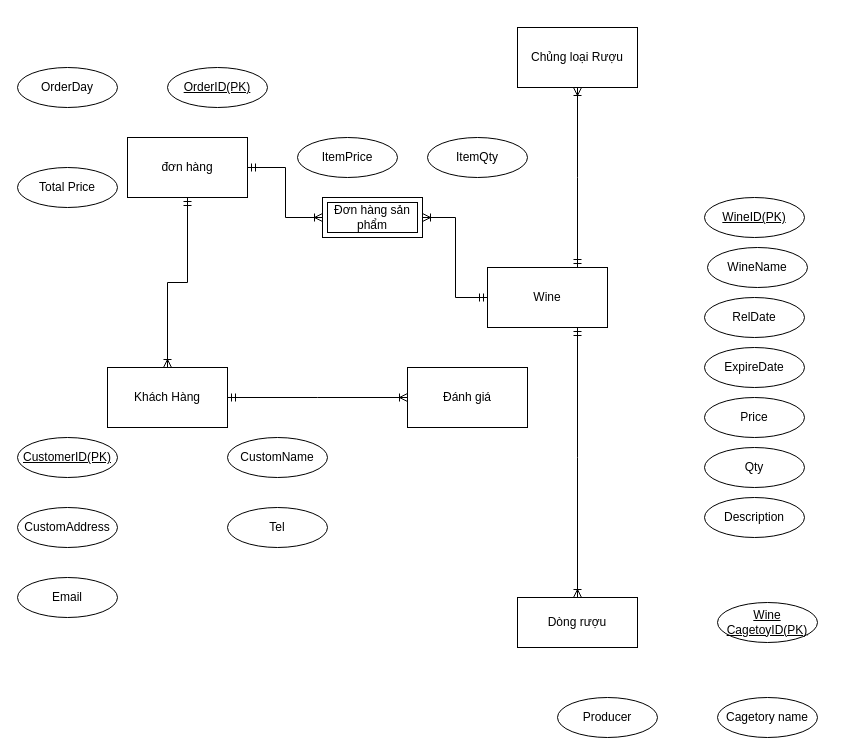
Above: DiagramDraw/ERmodel.drawio in dxthanh2002/aptech_doan (draw.io), before the change. Source tidied: cells renumbered, new cells numbered last; positions are measured from the earlier drawing's top-left corner, leaving out a move shared by most shapes. Both pictures are drawn from the tidied source at 100%, with x=0, y=0 at pixel (17, 27).
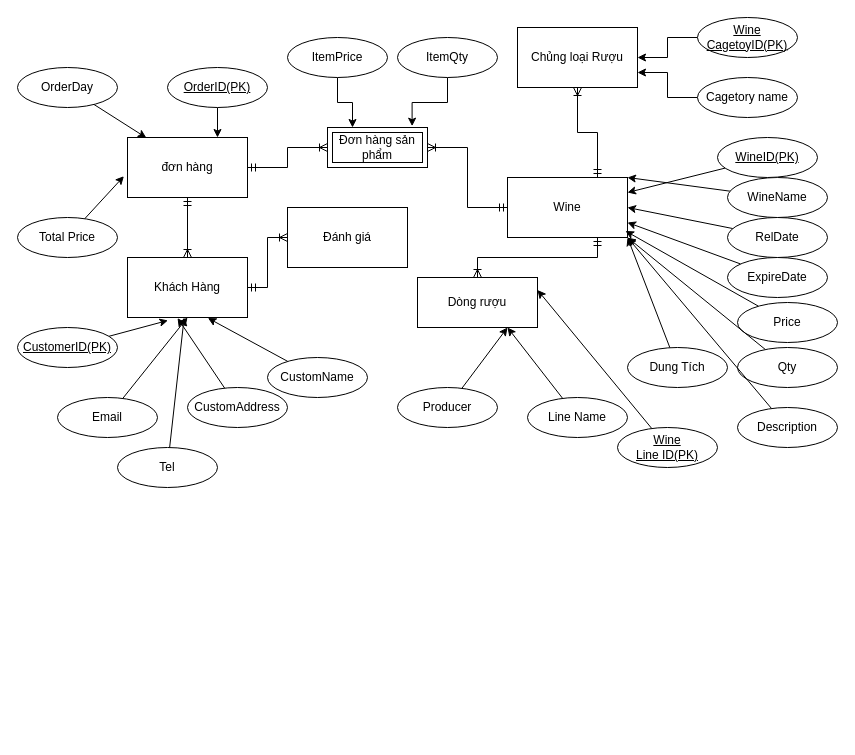
The same diagram, later.

Unchanged cells that the change refers to:
```xml
<mxCell id="8" value="đơn hàng" style="rounded=0;whiteSpace=wrap;html=1;" parent="1" vertex="1">
  <mxGeometry x="110" y="110" width="120" height="60" as="geometry" />
</mxCell>
<mxCell id="11" value="Chủng loại Rượu" style="rounded=0;whiteSpace=wrap;html=1;" parent="1" vertex="1">
  <mxGeometry x="500" width="120" height="60" as="geometry" />
</mxCell>
<mxCell id="28" value="OrderDay" style="ellipse;whiteSpace=wrap;html=1;align=center;" parent="1" vertex="1">
  <mxGeometry y="40" width="100" height="40" as="geometry" />
</mxCell>
<mxCell id="30" value="OrderID(PK)" style="ellipse;whiteSpace=wrap;html=1;align=center;fontStyle=4;" parent="1" vertex="1">
  <mxGeometry x="150" y="40" width="100" height="40" as="geometry" />
</mxCell>
```

Diff of the diagram source:
```diff
@@
-    <mxCell id="3" style="edgeStyle=elbowEdgeStyle;fontSize=12;html=1;endArrow=ERoneToMany;startArrow=ERmandOne;rounded=0;exitX=0.75;exitY=1;exitDx=0;exitDy=0;entryX=0.5;entryY=0;entryDx=0;entryDy=0;elbow=vertical;" parent="1" edge="1" source="12" target="10">
-      <mxGeometry relative="1" as="geometry">
-        <Array as="points">
-          <mxPoint x="580" y="430" />
-          <mxPoint x="510" y="500" />
-        </Array>
-      </mxGeometry>
+    <mxCell id="3" style="fontSize=12;html=1;endArrow=ERoneToMany;startArrow=ERmandOne;rounded=0;exitX=0.75;exitY=1;exitDx=0;exitDy=0;entryX=0.5;entryY=0;entryDx=0;entryDy=0;edgeStyle=elbowEdgeStyle;elbow=vertical;" parent="1" edge="1" source="12" target="10">
+      <mxGeometry relative="1" as="geometry" />
     </mxCell>
@@
     <mxCell id="9" value="Khách Hàng" style="rounded=0;whiteSpace=wrap;html=1;" parent="1" vertex="1">
-      <mxGeometry x="90" y="340" width="120" height="60" as="geometry" />
+      <mxGeometry x="110" y="230" width="120" height="60" as="geometry" />
     </mxCell>
     <mxCell id="10" value="Dòng rượu" style="rounded=0;whiteSpace=wrap;html=1;" parent="1" vertex="1">
-      <mxGeometry x="500" y="570" width="120" height="50" as="geometry" />
+      <mxGeometry x="400" y="250" width="120" height="50" as="geometry" />
     </mxCell>
@@
     <mxCell id="12" value="Wine" style="rounded=0;whiteSpace=wrap;html=1;" parent="1" vertex="1">
-      <mxGeometry x="470" y="240" width="120" height="60" as="geometry" />
+      <mxGeometry x="490" y="150" width="120" height="60" as="geometry" />
     </mxCell>
     <mxCell id="13" value="Đánh giá" style="rounded=0;whiteSpace=wrap;html=1;" parent="1" vertex="1">
-      <mxGeometry x="390" y="340" width="120" height="60" as="geometry" />
+      <mxGeometry x="270" y="180" width="120" height="60" as="geometry" />
     </mxCell>
     <mxCell id="14" value="Đơn hàng sản phẩm" style="shape=ext;margin=3;double=1;whiteSpace=wrap;html=1;align=center;" parent="1" vertex="1">
-      <mxGeometry x="305" y="170" width="100" height="40" as="geometry" />
+      <mxGeometry x="310" y="100" width="100" height="40" as="geometry" />
     </mxCell>
+    <mxCell id="35" style="rounded=0;jettySize=auto;html=1;entryX=1;entryY=0;entryDx=0;entryDy=0;" parent="1" edge="1" source="15" target="12">
+      <mxGeometry relative="1" as="geometry" />
+    </mxCell>
     <mxCell id="15" value="WineName" style="ellipse;whiteSpace=wrap;html=1;align=center;" parent="1" vertex="1">
-      <mxGeometry x="690" y="220" width="100" height="40" as="geometry" />
+      <mxGeometry x="710" y="150" width="100" height="40" as="geometry" />
     </mxCell>
+    <mxCell id="36" style="rounded=0;jettySize=auto;html=1;entryX=1;entryY=0.25;entryDx=0;entryDy=0;" parent="1" edge="1" source="16" target="12">
+      <mxGeometry relative="1" as="geometry" />
+    </mxCell>
     <mxCell id="16" value="WineID(PK)" style="ellipse;whiteSpace=wrap;html=1;align=center;fontStyle=4;" parent="1" vertex="1">
-      <mxGeometry x="687" y="170" width="100" height="40" as="geometry" />
+      <mxGeometry x="700" y="110" width="100" height="40" as="geometry" />
     </mxCell>
+    <mxCell id="37" style="rounded=0;jettySize=auto;html=1;entryX=1;entryY=0.5;entryDx=0;entryDy=0;" parent="1" edge="1" source="17" target="12">
+      <mxGeometry relative="1" as="geometry" />
+    </mxCell>
     <mxCell id="17" value="RelDate" style="ellipse;whiteSpace=wrap;html=1;align=center;" parent="1" vertex="1">
-      <mxGeometry x="687" y="270" width="100" height="40" as="geometry" />
+      <mxGeometry x="710" y="190" width="100" height="40" as="geometry" />
     </mxCell>
+    <mxCell id="38" style="rounded=0;jettySize=auto;html=1;entryX=1;entryY=0.75;entryDx=0;entryDy=0;" parent="1" edge="1" source="18" target="12">
+      <mxGeometry relative="1" as="geometry" />
+    </mxCell>
     <mxCell id="18" value="ExpireDate" style="ellipse;whiteSpace=wrap;html=1;align=center;" parent="1" vertex="1">
-      <mxGeometry x="687" y="320" width="100" height="40" as="geometry" />
+      <mxGeometry x="710" y="230" width="100" height="40" as="geometry" />
     </mxCell>
+    <mxCell id="39" style="rounded=0;jettySize=auto;html=1;entryX=0.983;entryY=0.891;entryDx=0;entryDy=0;entryPerimeter=0;" parent="1" edge="1" source="19" target="12">
+      <mxGeometry relative="1" as="geometry" />
+    </mxCell>
     <mxCell id="19" value="Price" style="ellipse;whiteSpace=wrap;html=1;align=center;" parent="1" vertex="1">
-      <mxGeometry x="687" y="370" width="100" height="40" as="geometry" />
+      <mxGeometry x="720" y="275" width="100" height="40" as="geometry" />
     </mxCell>
+    <mxCell id="40" style="rounded=0;jettySize=auto;html=1;entryX=1;entryY=1;entryDx=0;entryDy=0;" parent="1" edge="1" source="20" target="12">
+      <mxGeometry relative="1" as="geometry" />
+    </mxCell>
     <mxCell id="20" value="Qty" style="ellipse;whiteSpace=wrap;html=1;align=center;" parent="1" vertex="1">
-      <mxGeometry x="687" y="420" width="100" height="40" as="geometry" />
+      <mxGeometry x="720" y="320" width="100" height="40" as="geometry" />
     </mxCell>
+    <mxCell id="41" style="edgeStyle=orthogonalEdgeStyle;rounded=0;jettySize=auto;html=1;entryX=0.846;entryY=-0.033;entryDx=0;entryDy=0;entryPerimeter=0;" parent="1" edge="1" source="21" target="14">
+      <mxGeometry relative="1" as="geometry" />
+    </mxCell>
     <mxCell id="21" value="ItemQty" style="ellipse;whiteSpace=wrap;html=1;align=center;" parent="1" vertex="1">
-      <mxGeometry x="410" y="110" width="100" height="40" as="geometry" />
+      <mxGeometry x="380" y="10" width="100" height="40" as="geometry" />
     </mxCell>
+    <mxCell id="42" style="rounded=0;jettySize=auto;html=1;entryX=0.75;entryY=1;entryDx=0;entryDy=0;" parent="1" edge="1" source="22" target="10">
+      <mxGeometry relative="1" as="geometry" />
+    </mxCell>
     <mxCell id="22" value="Producer" style="ellipse;whiteSpace=wrap;html=1;align=center;" parent="1" vertex="1">
-      <mxGeometry x="540" y="670" width="100" height="40" as="geometry" />
+      <mxGeometry x="380" y="360" width="100" height="40" as="geometry" />
     </mxCell>
+    <mxCell id="43" style="edgeStyle=orthogonalEdgeStyle;rounded=0;jettySize=auto;html=1;entryX=0.25;entryY=0;entryDx=0;entryDy=0;" parent="1" edge="1" source="23" target="14">
+      <mxGeometry relative="1" as="geometry" />
+    </mxCell>
     <mxCell id="23" value="ItemPrice" style="ellipse;whiteSpace=wrap;html=1;align=center;" parent="1" vertex="1">
-      <mxGeometry x="280" y="110" width="100" height="40" as="geometry" />
+      <mxGeometry x="270" y="10" width="100" height="40" as="geometry" />
     </mxCell>
+    <mxCell id="44" style="rounded=0;jettySize=auto;html=1;entryX=1;entryY=1;entryDx=0;entryDy=0;" parent="1" edge="1" source="24" target="12">
+      <mxGeometry relative="1" as="geometry" />
+    </mxCell>
     <mxCell id="24" value="Description" style="ellipse;whiteSpace=wrap;html=1;align=center;" parent="1" vertex="1">
-      <mxGeometry x="687" y="470" width="100" height="40" as="geometry" />
+      <mxGeometry x="720" y="380" width="100" height="40" as="geometry" />
     </mxCell>
+    <mxCell id="45" style="rounded=0;jettySize=auto;html=1;entryX=0.417;entryY=1.009;entryDx=0;entryDy=0;entryPerimeter=0;" parent="1" edge="1" source="25" target="9">
+      <mxGeometry relative="1" as="geometry" />
+    </mxCell>
     <mxCell id="25" value="CustomAddress" style="ellipse;whiteSpace=wrap;html=1;align=center;" parent="1" vertex="1">
-      <mxGeometry y="480" width="100" height="40" as="geometry" />
+      <mxGeometry x="170" y="360" width="100" height="40" as="geometry" />
     </mxCell>
+    <mxCell id="46" style="rounded=0;jettySize=auto;html=1;entryX=0.75;entryY=1;entryDx=0;entryDy=0;" parent="1" edge="1" source="26" target="10">
+      <mxGeometry relative="1" as="geometry" />
+    </mxCell>
-    <mxCell id="26" value="Cagetory name" style="ellipse;whiteSpace=wrap;html=1;align=center;" parent="1" vertex="1">
-      <mxGeometry x="700" y="670" width="100" height="40" as="geometry" />
+    <mxCell id="26" value="Line Name" style="ellipse;whiteSpace=wrap;html=1;align=center;" parent="1" vertex="1">
+      <mxGeometry x="510" y="370" width="100" height="40" as="geometry" />
     </mxCell>
+    <mxCell id="47" style="rounded=0;jettySize=auto;html=1;entryX=-0.03;entryY=0.645;entryDx=0;entryDy=0;entryPerimeter=0;" parent="1" edge="1" source="27" target="8">
+      <mxGeometry relative="1" as="geometry" />
+    </mxCell>
     <mxCell id="27" value="Total Price" style="ellipse;whiteSpace=wrap;html=1;align=center;" parent="1" vertex="1">
-      <mxGeometry y="140" width="100" height="40" as="geometry" />
+      <mxGeometry y="190" width="100" height="40" as="geometry" />
     </mxCell>
+    <mxCell id="48" style="rounded=0;jettySize=auto;html=1;entryX=0.157;entryY=0.005;entryDx=0;entryDy=0;entryPerimeter=0;" parent="1" edge="1" source="28" target="8">
+      <mxGeometry relative="1" as="geometry" />
+    </mxCell>
@@
+    <mxCell id="49" style="rounded=0;jettySize=auto;html=1;entryX=1;entryY=0.25;entryDx=0;entryDy=0;" parent="1" edge="1" source="29" target="10">
+      <mxGeometry relative="1" as="geometry" />
+    </mxCell>
-    <mxCell id="29" value="Wine&lt;br style=&quot;border-color: var(--border-color);&quot;&gt;CagetoyID(PK)" style="ellipse;whiteSpace=wrap;html=1;align=center;fontStyle=4;" parent="1" vertex="1">
-      <mxGeometry x="700" y="575" width="100" height="40" as="geometry" />
+    <mxCell id="29" value="Wine&lt;br style=&quot;border-color: var(--border-color);&quot;&gt;Line ID(PK)" style="ellipse;whiteSpace=wrap;html=1;align=center;fontStyle=4;" parent="1" vertex="1">
+      <mxGeometry x="600" y="400" width="100" height="40" as="geometry" />
     </mxCell>
+    <mxCell id="50" style="rounded=0;jettySize=auto;html=1;entryX=0.75;entryY=0;entryDx=0;entryDy=0;" parent="1" edge="1" source="30" target="8">
+      <mxGeometry relative="1" as="geometry" />
+    </mxCell>
@@
+    <mxCell id="51" style="rounded=0;jettySize=auto;html=1;entryX=0.67;entryY=1.009;entryDx=0;entryDy=0;entryPerimeter=0;" parent="1" edge="1" source="31" target="9">
+      <mxGeometry relative="1" as="geometry" />
+    </mxCell>
     <mxCell id="31" value="CustomName" style="ellipse;whiteSpace=wrap;html=1;align=center;" parent="1" vertex="1">
-      <mxGeometry x="210" y="410" width="100" height="40" as="geometry" />
+      <mxGeometry x="250" y="330" width="100" height="40" as="geometry" />
     </mxCell>
+    <mxCell id="52" style="rounded=0;jettySize=auto;html=1;" parent="1" edge="1" source="32" target="9">
+      <mxGeometry relative="1" as="geometry" />
+    </mxCell>
     <mxCell id="32" value="Tel" style="ellipse;whiteSpace=wrap;html=1;align=center;" parent="1" vertex="1">
-      <mxGeometry x="210" y="480" width="100" height="40" as="geometry" />
+      <mxGeometry x="100" y="420" width="100" height="40" as="geometry" />
     </mxCell>
+    <mxCell id="53" style="rounded=0;jettySize=auto;html=1;entryX=0.337;entryY=1.049;entryDx=0;entryDy=0;entryPerimeter=0;elbow=vertical;" parent="1" edge="1" source="33" target="9">
+      <mxGeometry relative="1" as="geometry" />
+    </mxCell>
     <mxCell id="33" value="CustomerID(PK)" style="ellipse;whiteSpace=wrap;html=1;align=center;fontStyle=4;" parent="1" vertex="1">
-      <mxGeometry y="410" width="100" height="40" as="geometry" />
+      <mxGeometry y="300" width="100" height="40" as="geometry" />
     </mxCell>
+    <mxCell id="54" style="rounded=0;jettySize=auto;html=1;entryX=0.5;entryY=1;entryDx=0;entryDy=0;" parent="1" edge="1" source="34" target="9">
+      <mxGeometry relative="1" as="geometry" />
+    </mxCell>
     <mxCell id="34" value="Email" style="ellipse;whiteSpace=wrap;html=1;align=center;" parent="1" vertex="1">
-      <mxGeometry y="550" width="100" height="40" as="geometry" />
+      <mxGeometry x="40" y="370" width="100" height="40" as="geometry" />
     </mxCell>
+    <mxCell id="55" style="edgeStyle=orthogonalEdgeStyle;rounded=0;jettySize=auto;html=1;entryX=1;entryY=0.75;entryDx=0;entryDy=0;" parent="1" edge="1" source="56" target="11">
+      <mxGeometry relative="1" as="geometry" />
+    </mxCell>
+    <mxCell id="56" value="Cagetory name" style="ellipse;whiteSpace=wrap;html=1;align=center;" parent="1" vertex="1">
+      <mxGeometry x="680" y="50" width="100" height="40" as="geometry" />
+    </mxCell>
+    <mxCell id="57" style="edgeStyle=orthogonalEdgeStyle;rounded=0;jettySize=auto;html=1;entryX=1;entryY=0.5;entryDx=0;entryDy=0;" parent="1" edge="1" source="58" target="11">
+      <mxGeometry relative="1" as="geometry" />
+    </mxCell>
+    <mxCell id="58" value="Wine&lt;br style=&quot;border-color: var(--border-color);&quot;&gt;CagetoyID(PK)" style="ellipse;whiteSpace=wrap;html=1;align=center;fontStyle=4;" parent="1" vertex="1">
+      <mxGeometry x="680" y="-10" width="100" height="40" as="geometry" />
+    </mxCell>
+    <mxCell id="59" style="rounded=0;jettySize=auto;html=1;entryX=1;entryY=1;entryDx=0;entryDy=0;" parent="1" edge="1" source="60" target="12">
+      <mxGeometry relative="1" as="geometry" />
+    </mxCell>
+    <mxCell id="60" value="Dung Tích" style="ellipse;whiteSpace=wrap;html=1;align=center;" parent="1" vertex="1">
+      <mxGeometry x="610" y="320" width="100" height="40" as="geometry" />
+    </mxCell>
+    <mxCell id="61" style="edgeStyle=orthogonalEdgeStyle;rounded=0;orthogonalLoop=1;jettySize=auto;html=1;exitX=0.5;exitY=1;exitDx=0;exitDy=0;" parent="1" edge="1" source="10" target="10">
+      <mxGeometry relative="1" as="geometry" />
+    </mxCell>
```
